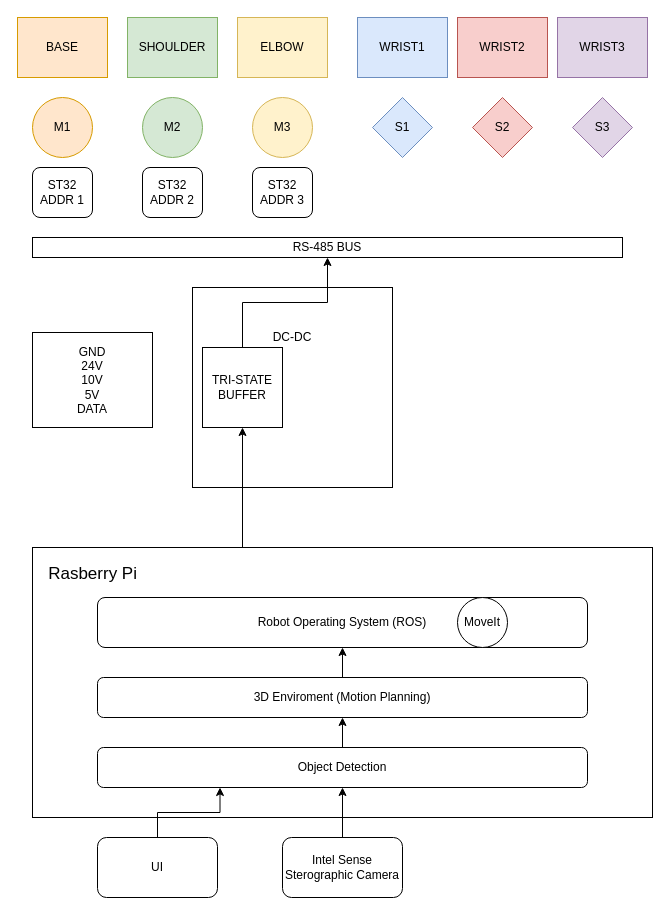
The draw.io diagram SystemTopography.drawio in darisoy/RobotArm, before the edit. Source tidied: cells renumbered, new cells numbered last; positions are measured from the earlier drawing's top-left corner, leaving out a move shared by most shapes. Both pictures are drawn from the tidied source at 100%, with x=0, y=0 at pixel (17, 17).
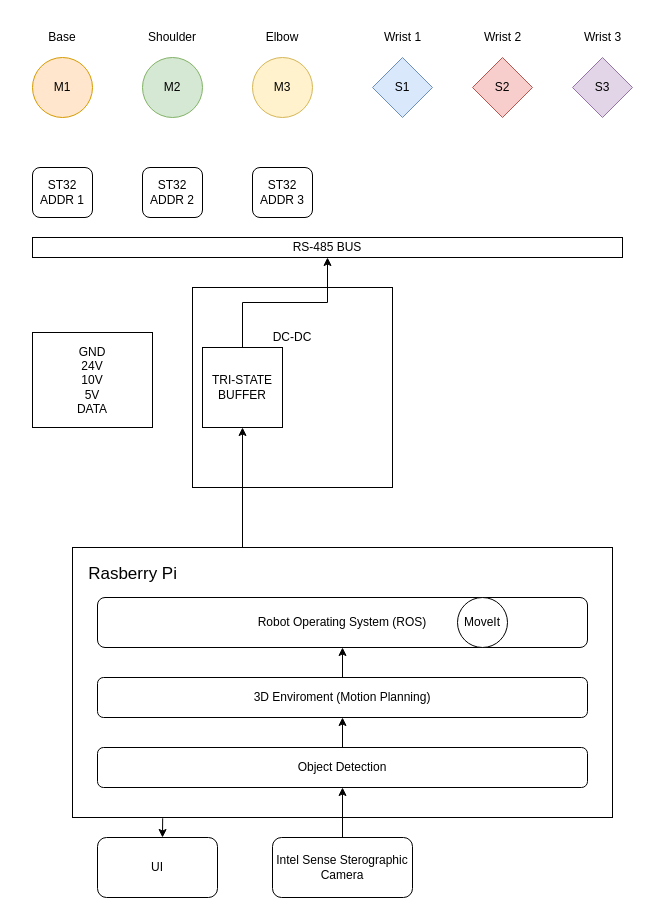
The same diagram, later.

The change refers to these unchanged cells:
```xml
<mxCell id="21" value="Object Detection" style="rounded=1;whiteSpace=wrap;html=1;" parent="1" vertex="1">
  <mxGeometry x="80" y="730" width="490" height="40" as="geometry" />
</mxCell>
<mxCell id="29" value="UI" style="rounded=1;whiteSpace=wrap;html=1;" parent="1" vertex="1">
  <mxGeometry x="80" y="820" width="120" height="60" as="geometry" />
</mxCell>
```

Diff of the diagram source:
```diff
@@
     <mxCell id="2" value="M1" style="ellipse;whiteSpace=wrap;html=1;fillColor=#ffe6cc;strokeColor=#d79b00;" parent="1" vertex="1">
-      <mxGeometry x="15" y="80" width="60" height="60" as="geometry" />
+      <mxGeometry x="15" y="40" width="60" height="60" as="geometry" />
     </mxCell>
     <mxCell id="3" value="M2" style="ellipse;whiteSpace=wrap;html=1;fillColor=#d5e8d4;strokeColor=#82b366;" parent="1" vertex="1">
-      <mxGeometry x="125" y="80" width="60" height="60" as="geometry" />
+      <mxGeometry x="125" y="40" width="60" height="60" as="geometry" />
     </mxCell>
     <mxCell id="4" value="M3" style="ellipse;whiteSpace=wrap;html=1;fillColor=#fff2cc;strokeColor=#d6b656;" parent="1" vertex="1">
-      <mxGeometry x="235" y="80" width="60" height="60" as="geometry" />
+      <mxGeometry x="235" y="40" width="60" height="60" as="geometry" />
     </mxCell>
     <mxCell id="5" value="S1" style="rhombus;whiteSpace=wrap;html=1;fillColor=#dae8fc;strokeColor=#6c8ebf;" parent="1" vertex="1">
-      <mxGeometry x="355" y="80" width="60" height="60" as="geometry" />
+      <mxGeometry x="355" y="40" width="60" height="60" as="geometry" />
     </mxCell>
     <mxCell id="6" value="S2" style="rhombus;whiteSpace=wrap;html=1;fillColor=#f8cecc;strokeColor=#b85450;" parent="1" vertex="1">
-      <mxGeometry x="455" y="80" width="60" height="60" as="geometry" />
+      <mxGeometry x="455" y="40" width="60" height="60" as="geometry" />
     </mxCell>
     <mxCell id="7" value="S3" style="rhombus;whiteSpace=wrap;html=1;fillColor=#e1d5e7;strokeColor=#9673a6;" parent="1" vertex="1">
-      <mxGeometry x="555" y="80" width="60" height="60" as="geometry" />
+      <mxGeometry x="555" y="40" width="60" height="60" as="geometry" />
     </mxCell>
-    <mxCell id="8" value="BASE" style="rounded=0;whiteSpace=wrap;html=1;fillColor=#ffe6cc;strokeColor=#d79b00;" parent="1" vertex="1">
-      <mxGeometry width="90" height="60" as="geometry" />
-    </mxCell>
-    <mxCell id="9" value="SHOULDER" style="rounded=0;whiteSpace=wrap;html=1;fillColor=#d5e8d4;strokeColor=#82b366;" parent="1" vertex="1">
-      <mxGeometry x="110" width="90" height="60" as="geometry" />
-    </mxCell>
-    <mxCell id="10" value="ELBOW" style="rounded=0;whiteSpace=wrap;html=1;fillColor=#fff2cc;strokeColor=#d6b656;" parent="1" vertex="1">
-      <mxGeometry x="220" width="90" height="60" as="geometry" />
-    </mxCell>
-    <mxCell id="11" value="WRIST1" style="rounded=0;whiteSpace=wrap;html=1;fillColor=#dae8fc;strokeColor=#6c8ebf;" parent="1" vertex="1">
-      <mxGeometry x="340" width="90" height="60" as="geometry" />
-    </mxCell>
-    <mxCell id="12" value="WRIST2" style="rounded=0;whiteSpace=wrap;html=1;fillColor=#f8cecc;strokeColor=#b85450;" parent="1" vertex="1">
-      <mxGeometry x="440" width="90" height="60" as="geometry" />
-    </mxCell>
-    <mxCell id="13" value="WRIST3" style="rounded=0;whiteSpace=wrap;html=1;fillColor=#e1d5e7;strokeColor=#9673a6;" parent="1" vertex="1">
-      <mxGeometry x="540" width="90" height="60" as="geometry" />
-    </mxCell>
@@
     <mxCell id="18" value="&lt;font style=&quot;font-size: 17px&quot;&gt;&amp;nbsp; &amp;nbsp;Rasberry Pi&lt;br&gt;&lt;/font&gt;&lt;br&gt;&lt;br&gt;&lt;br&gt;&lt;br&gt;&lt;br&gt;&lt;br&gt;&lt;br&gt;&lt;br&gt;&lt;br&gt;&lt;br&gt;&lt;br&gt;&lt;br&gt;&lt;br&gt;&lt;br&gt;&lt;br&gt;" style="rounded=0;whiteSpace=wrap;html=1;align=left;" parent="1" vertex="1">
-      <mxGeometry x="15" y="530" width="620" height="270" as="geometry" />
+      <mxGeometry x="55" y="530" width="540" height="270" as="geometry" />
     </mxCell>
@@
     <mxCell id="25" value="Intel Sense Sterographic Camera" style="rounded=1;whiteSpace=wrap;html=1;" parent="1" vertex="1">
-      <mxGeometry x="265" y="820" width="120" height="60" as="geometry" />
+      <mxGeometry x="255" y="820" width="140" height="60" as="geometry" />
     </mxCell>
@@
-    <mxCell id="28" style="edgeStyle=orthogonalEdgeStyle;rounded=0;jettySize=auto;html=1;exitX=0.5;exitY=0;exitDx=0;exitDy=0;entryX=0.25;entryY=1;entryDx=0;entryDy=0;" parent="1" edge="1" source="29" target="21">
-      <mxGeometry relative="1" as="geometry" />
-    </mxCell>
@@
+    <mxCell id="35" value="Base" style="text;html=1;strokeColor=none;fillColor=none;align=center;verticalAlign=middle;whiteSpace=wrap;rounded=0;" parent="1" vertex="1">
+      <mxGeometry x="25" y="10" width="40" height="20" as="geometry" />
+    </mxCell>
+    <mxCell id="36" value="Shoulder" style="text;html=1;strokeColor=none;fillColor=none;align=center;verticalAlign=middle;whiteSpace=wrap;rounded=0;" parent="1" vertex="1">
+      <mxGeometry x="135" y="10" width="40" height="20" as="geometry" />
+    </mxCell>
+    <mxCell id="37" value="Elbow" style="text;html=1;strokeColor=none;fillColor=none;align=center;verticalAlign=middle;whiteSpace=wrap;rounded=0;" parent="1" vertex="1">
+      <mxGeometry x="245" y="10" width="40" height="20" as="geometry" />
+    </mxCell>
+    <mxCell id="38" value="Wrist 1" style="text;html=1;strokeColor=none;fillColor=none;align=center;verticalAlign=middle;whiteSpace=wrap;rounded=0;" parent="1" vertex="1">
+      <mxGeometry x="362.5" y="10" width="45" height="20" as="geometry" />
+    </mxCell>
+    <mxCell id="39" value="Wrist 2" style="text;html=1;strokeColor=none;fillColor=none;align=center;verticalAlign=middle;whiteSpace=wrap;rounded=0;" parent="1" vertex="1">
+      <mxGeometry x="462.5" y="10" width="45" height="20" as="geometry" />
+    </mxCell>
+    <mxCell id="40" value="Wrist 3" style="text;html=1;strokeColor=none;fillColor=none;align=center;verticalAlign=middle;whiteSpace=wrap;rounded=0;" parent="1" vertex="1">
+      <mxGeometry x="562.5" y="10" width="45" height="20" as="geometry" />
+    </mxCell>
+    <mxCell id="41" style="endArrow=classic;html=1;exitX=0.167;exitY=1.003;exitDx=0;exitDy=0;exitPerimeter=0;" parent="1" edge="1" source="18">
+      <mxGeometry relative="1" as="geometry">
+        <mxPoint x="145" y="820" as="targetPoint" />
+      </mxGeometry>
+    </mxCell>
```
